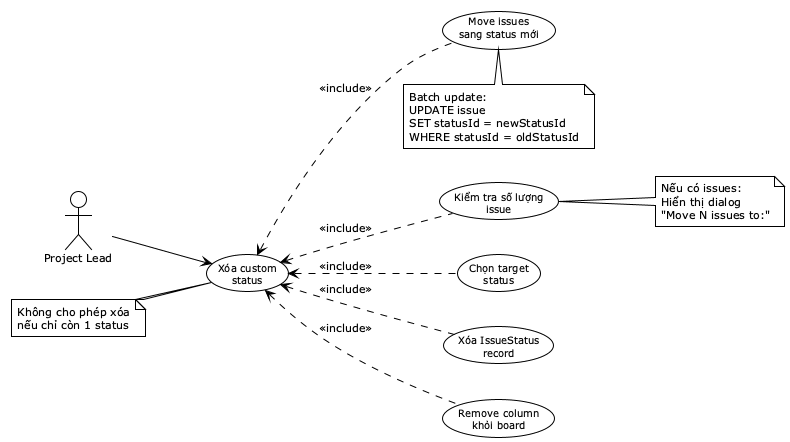
The PlantUML diagram reports/dat-examples/report/images/uc04_4_delete_status.png in toantran292/datn, before a commit. Source of this version:
```plantuml
@startuml
!theme plain
skinparam defaultFontSize 11
skinparam usecaseFontSize 10

left to right direction

actor "Project Lead" as PL

usecase "Xóa custom\nstatus" as UC_Delete
usecase "Kiểm tra số lượng\nissue" as UC_CheckIssues
usecase "Chọn target\nstatus" as UC_SelectTarget
usecase "Move issues\nsang status mới" as UC_MoveIssues
usecase "Xóa IssueStatus\nrecord" as UC_DeleteRecord
usecase "Remove column\nkhỏi board" as UC_RemoveColumn

PL --> UC_Delete

UC_CheckIssues .up.> UC_Delete : <<include>>
UC_SelectTarget .up.> UC_Delete : <<include>>
UC_MoveIssues .up.> UC_Delete : <<include>>
UC_DeleteRecord .up.> UC_Delete : <<include>>
UC_RemoveColumn .up.> UC_Delete : <<include>>

note right of UC_CheckIssues
  Nếu có issues:
  Hiển thị dialog
  "Move N issues to:"
end note

note bottom of UC_MoveIssues
  Batch update:
  UPDATE issue
  SET statusId = newStatusId
  WHERE statusId = oldStatusId
end note

note left of UC_Delete
  Không cho phép xóa
  nếu chỉ còn 1 status
end note

@enduml
```
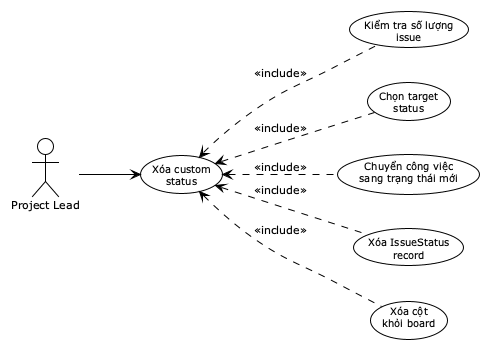
Above is the later version.

The edit, as a diff of the source:
```diff
@@ -10,9 +10,9 @@
 usecase "Xóa custom\nstatus" as UC_Delete
 usecase "Kiểm tra số lượng\nissue" as UC_CheckIssues
 usecase "Chọn target\nstatus" as UC_SelectTarget
-usecase "Move issues\nsang status mới" as UC_MoveIssues
+usecase "Chuyển công việc\nsang trạng thái mới" as UC_MoveIssues
 usecase "Xóa IssueStatus\nrecord" as UC_DeleteRecord
-usecase "Remove column\nkhỏi board" as UC_RemoveColumn
+usecase "Xóa cột\nkhỏi board" as UC_RemoveColumn
 
 PL --> UC_Delete
 
@@ -22,22 +22,7 @@
 UC_DeleteRecord .up.> UC_Delete : <<include>>
 UC_RemoveColumn .up.> UC_Delete : <<include>>
 
-note right of UC_CheckIssues
-  Nếu có issues:
-  Hiển thị dialog
-  "Move N issues to:"
-end note
 
-note bottom of UC_MoveIssues
-  Batch update:
-  UPDATE issue
-  SET statusId = newStatusId
-  WHERE statusId = oldStatusId
-end note
 
-note left of UC_Delete
-  Không cho phép xóa
-  nếu chỉ còn 1 status
-end note
 
 @enduml
```
